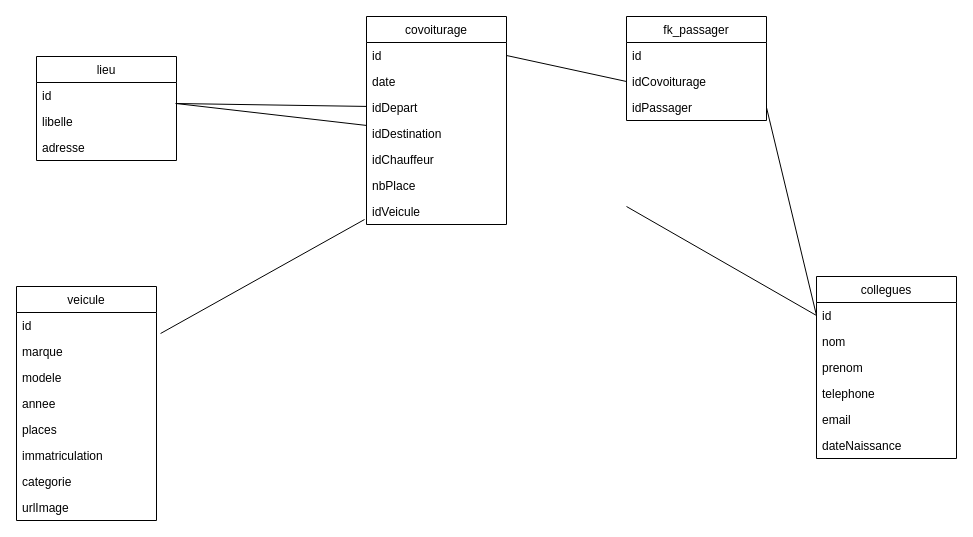
This is Untitled Diagram.drawio from atelier-diginamic/gdt-back, a draw.io file, before an edit. Source tidied: cells renumbered, new cells numbered last; positions are measured from the earlier drawing's top-left corner, leaving out a move shared by most shapes. Both pictures are drawn from the tidied source at 100%, with x=0, y=0 at pixel (16, 16).
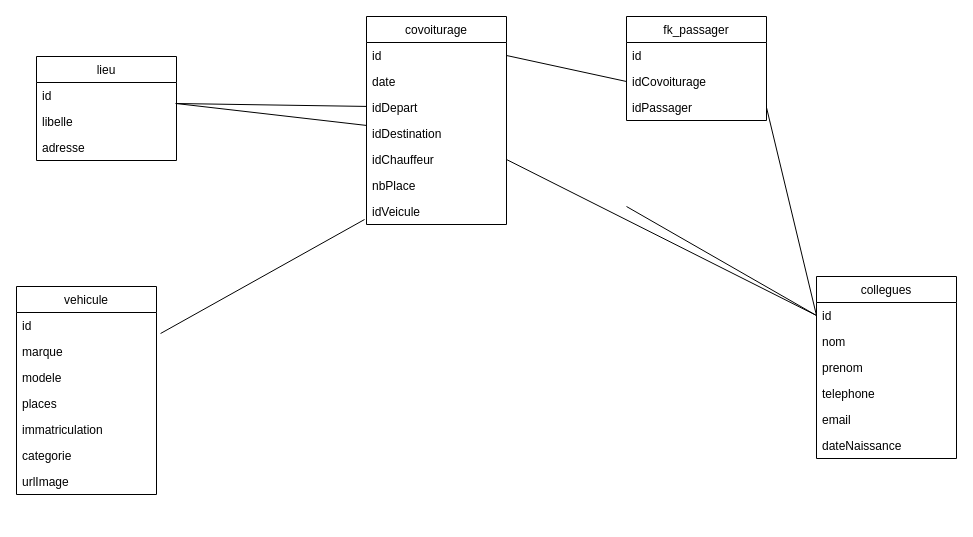
Above is the later version.

Commit message:
maj Uml

The change refers to these unchanged cells:
```xml
<mxCell id="11" value="idChauffeur&#10;" style="text;strokeColor=none;fillColor=none;align=left;verticalAlign=top;spacingLeft=4;spacingRight=4;overflow=hidden;points=[[0,0.5],[1,0.5]];portConstraint=eastwest;" parent="6" vertex="1">
  <mxGeometry y="130" width="140" height="26" as="geometry" />
</mxCell>
<mxCell id="19" value="id" style="text;strokeColor=none;fillColor=none;align=left;verticalAlign=top;spacingLeft=4;spacingRight=4;overflow=hidden;points=[[0,0.5],[1,0.5]];portConstraint=eastwest;" parent="18" vertex="1">
  <mxGeometry y="26" width="140" height="26" as="geometry" />
</mxCell>
```

What changed in the source:
```diff
@@
-    <mxCell id="30" value="veicule" style="swimlane;fontStyle=0;horizontal=1;startSize=26;fillColor=none;" parent="1" vertex="1">
-      <mxGeometry y="270" width="140" height="234" as="geometry" />
+    <mxCell id="30" value="vehicule" style="swimlane;fontStyle=0;horizontal=1;startSize=26;fillColor=none;" parent="1" vertex="1">
+      <mxGeometry y="270" width="140" height="208" as="geometry" />
     </mxCell>
@@
-    <mxCell id="34" value="annee" style="text;strokeColor=none;fillColor=none;align=left;verticalAlign=top;spacingLeft=4;spacingRight=4;overflow=hidden;" parent="30" vertex="1">
-      <mxGeometry y="104" width="140" height="26" as="geometry" />
-    </mxCell>
     <mxCell id="35" value="places" style="text;strokeColor=none;fillColor=none;align=left;verticalAlign=top;spacingLeft=4;spacingRight=4;overflow=hidden;" parent="30" vertex="1">
-      <mxGeometry y="130" width="140" height="26" as="geometry" />
+      <mxGeometry y="104" width="140" height="26" as="geometry" />
     </mxCell>
     <mxCell id="36" value="immatriculation" style="text;strokeColor=none;fillColor=none;align=left;verticalAlign=top;spacingLeft=4;spacingRight=4;overflow=hidden;" parent="30" vertex="1">
-      <mxGeometry y="156" width="140" height="26" as="geometry" />
+      <mxGeometry y="130" width="140" height="26" as="geometry" />
     </mxCell>
     <mxCell id="37" value="categorie" style="text;strokeColor=none;fillColor=none;align=left;verticalAlign=top;spacingLeft=4;spacingRight=4;overflow=hidden;" parent="30" vertex="1">
-      <mxGeometry y="182" width="140" height="26" as="geometry" />
+      <mxGeometry y="156" width="140" height="26" as="geometry" />
     </mxCell>
     <mxCell id="38" value="urlImage&#10;" style="text;strokeColor=none;fillColor=none;align=left;verticalAlign=top;spacingLeft=4;spacingRight=4;overflow=hidden;" parent="30" vertex="1">
-      <mxGeometry y="208" width="140" height="26" as="geometry" />
+      <mxGeometry y="182" width="140" height="26" as="geometry" />
     </mxCell>
@@
+    <mxCell id="40" style="endArrow=none;html=1;exitX=1;exitY=0.5;exitDx=0;exitDy=0;entryX=0;entryY=0.5;entryDx=0;entryDy=0;" parent="1" edge="1" source="11" target="19">
+      <mxGeometry relative="1" as="geometry" />
+    </mxCell>
```
